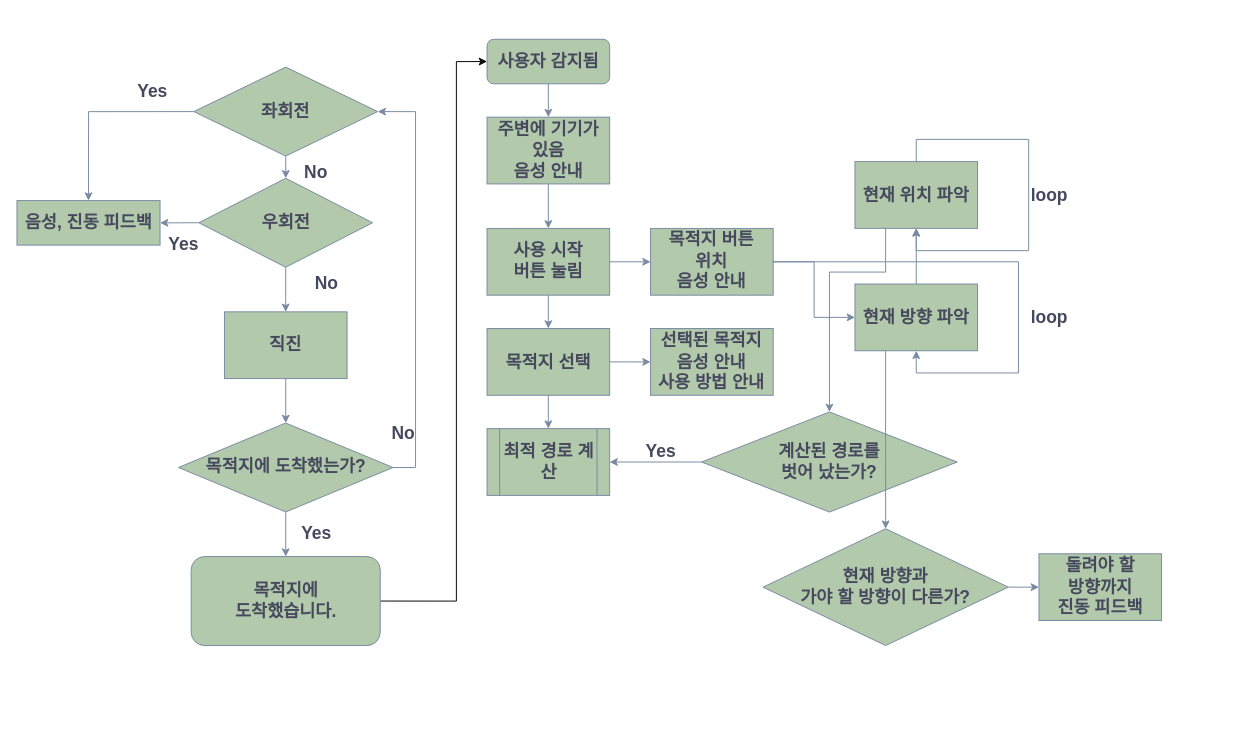
alalai012/Memo keeps this draw.io diagram as 보행기 전체 동작.drawio. Above is the earlier version. Source tidied: cells renumbered, new cells numbered last; positions are measured from the earlier drawing's top-left corner, leaving out a move shared by most shapes. Both pictures are drawn from the tidied source at 97%, with x=0, y=0 at pixel (16, 39).
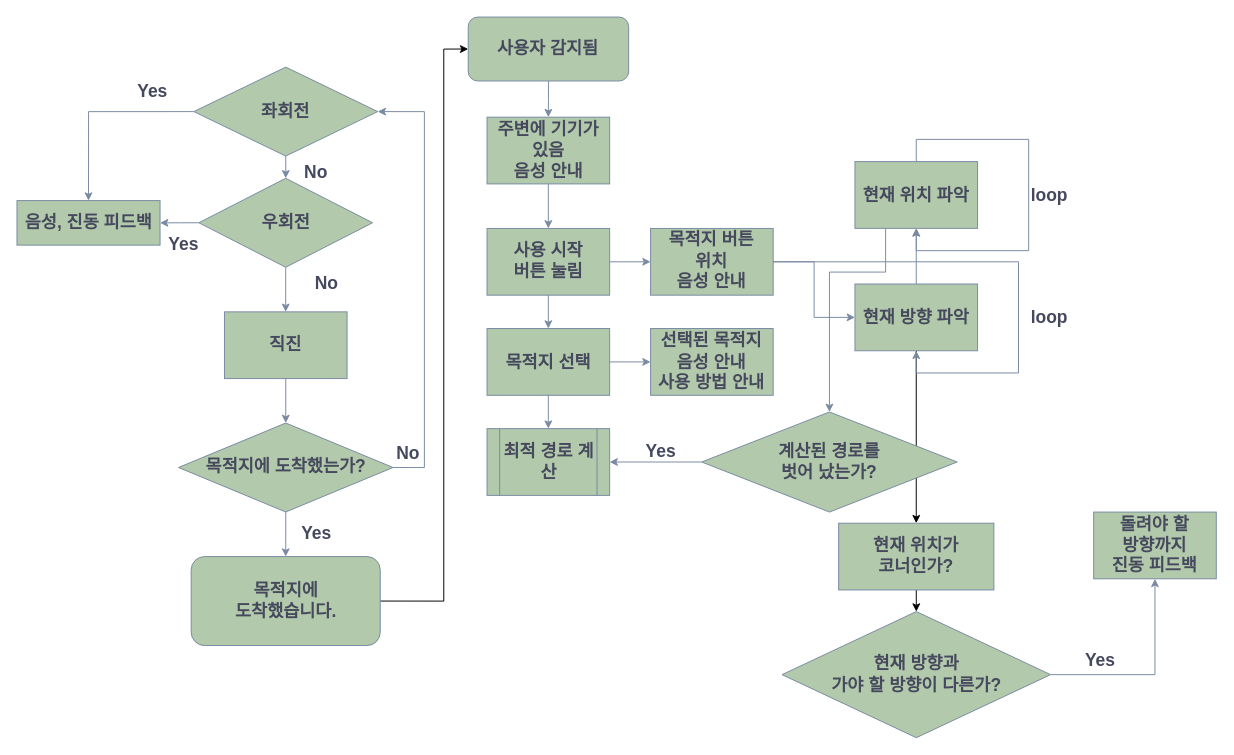
The same diagram, later.

Commit message (it also covers changes not shown here):
Update 보행기 전체 동작.drawio

Unchanged cells that the change refers to:
```xml
<mxCell id="17" value="현재 방향 파악" style="whiteSpace=wrap;html=1;rounded=0;fillColor=#B2C9AB;strokeColor=#788AA3;fontColor=#46495D;fontStyle=1;fontSize=18;verticalAlign=middle;horizontal=1;" parent="1" vertex="1">
  <mxGeometry x="863.9" y="252.3" width="126.4" height="68.8" as="geometry" />
</mxCell>
<mxCell id="30" value="좌회전" style="rhombus;whiteSpace=wrap;html=1;fillColor=#B2C9AB;strokeColor=#788AA3;fontColor=#46495D;fontStyle=1;fontSize=18;verticalAlign=middle;horizontal=1;" parent="1" vertex="1">
  <mxGeometry x="182.3" y="28.7" width="189.6" height="91.7" as="geometry" />
</mxCell>
<mxCell id="43" value="목적지에 도착했는가?" style="rhombus;whiteSpace=wrap;html=1;fillColor=#B2C9AB;strokeColor=#788AA3;fontColor=#46495D;fontStyle=1;fontSize=18;verticalAlign=middle;horizontal=1;" parent="1" vertex="1">
  <mxGeometry x="166.5" y="395.6" width="221.2" height="91.7" as="geometry" />
</mxCell>
<mxCell id="50" value="목적지에&lt;br style=&quot;font-size: 18px;&quot;&gt;도착했습니다." style="rounded=1;whiteSpace=wrap;html=1;fillColor=#B2C9AB;strokeColor=#788AA3;fontColor=#46495D;fontStyle=1;fontSize=18;verticalAlign=middle;horizontal=1;" parent="1" vertex="1">
  <mxGeometry x="179.6" y="533.3" width="194.9" height="91.7" as="geometry" />
</mxCell>
```

Change to the diagram source:
```diff
@@
     <mxCell id="2" value="사용자 감지됨" style="rounded=1;whiteSpace=wrap;html=1;fontSize=18;glass=0;strokeWidth=1;shadow=0;fillColor=#B2C9AB;strokeColor=#788AA3;fontColor=#46495D;fontStyle=1;verticalAlign=middle;horizontal=1;" parent="1" vertex="1">
-      <mxGeometry x="484.6" width="126.4" height="45.9" as="geometry" />
+      <mxGeometry x="465.2" y="-22.9" width="165.4" height="65.9" as="geometry" />
     </mxCell>
@@
+    <mxCell id="52" style="edgeStyle=orthogonalEdgeStyle;rounded=0;jettySize=auto;html=1;fontSize=18;" parent="1" edge="1" source="17" target="54">
+      <mxGeometry relative="1" as="geometry" />
+    </mxCell>
@@
-    <mxCell id="27" style="edgeStyle=orthogonalEdgeStyle;rounded=0;jettySize=auto;html=1;exitX=0.25;exitY=1;exitDx=0;exitDy=0;entryX=0.5;entryY=0;entryDx=0;entryDy=0;strokeColor=#788AA3;fontColor=#46495D;fontStyle=1;fontSize=18;verticalAlign=middle;horizontal=1;" parent="1" edge="1" source="17" target="28">
-      <mxGeometry relative="1" as="geometry" />
-    </mxCell>
     <mxCell id="28" value="현재 방향과&lt;br style=&quot;font-size: 18px;&quot;&gt;가야 할 방향이 다른가?" style="rhombus;whiteSpace=wrap;html=1;fillColor=#B2C9AB;strokeColor=#788AA3;fontColor=#46495D;fontStyle=1;fontSize=18;verticalAlign=middle;horizontal=1;" parent="1" vertex="1">
-      <mxGeometry x="769.1" y="504.6" width="252.9" height="120.4" as="geometry" />
+      <mxGeometry x="788.7" y="590" width="276.9" height="130" as="geometry" />
     </mxCell>
     <mxCell id="29" value="돌려야 할&lt;br&gt;방향까지&lt;br style=&quot;font-size: 18px;&quot;&gt;진동 피드백" style="whiteSpace=wrap;html=1;fillColor=#B2C9AB;strokeColor=#788AA3;fontColor=#46495D;fontStyle=1;fontSize=18;verticalAlign=middle;horizontal=1;" parent="1" vertex="1">
-      <mxGeometry x="1053.6" y="530.4" width="126.4" height="68.8" as="geometry" />
+      <mxGeometry x="1110" y="487.4" width="126.4" height="68.8" as="geometry" />
     </mxCell>
@@
     <mxCell id="42" style="edgeStyle=orthogonalEdgeStyle;rounded=0;jettySize=auto;html=1;exitX=1;exitY=0.5;exitDx=0;exitDy=0;entryX=1;entryY=0.5;entryDx=0;entryDy=0;strokeColor=#788AA3;fontColor=#46495D;fontStyle=1;fontSize=18;verticalAlign=middle;horizontal=1;" parent="1" edge="1" source="43" target="30">
       <mxGeometry relative="1" as="geometry">
         <Array as="points">
-          <mxPoint x="410.9" y="441.5" />
-          <mxPoint x="410.9" y="74.5" />
+          <mxPoint x="420" y="442" />
+          <mxPoint x="420" y="74" />
         </Array>
       </mxGeometry>
     </mxCell>
@@
     <mxCell id="45" value="No" style="text;html=1;strokeColor=none;fillColor=none;align=center;verticalAlign=middle;whiteSpace=wrap;rounded=0;fontColor=#46495D;fontStyle=1;fontSize=18;horizontal=1;" parent="1" vertex="1">
-      <mxGeometry x="366.6" y="389.9" width="63.2" height="34.4" as="geometry" />
+      <mxGeometry x="371.9" y="410" width="63.2" height="34.4" as="geometry" />
     </mxCell>
@@
-    <mxCell id="49" style="edgeStyle=orthogonalEdgeStyle;rounded=0;jettySize=auto;html=1;exitX=1;exitY=0.5;exitDx=0;exitDy=0;entryX=0;entryY=0.5;entryDx=0;entryDy=0;fontStyle=1;fontSize=18;verticalAlign=middle;horizontal=1;" parent="1" edge="1" source="50" target="2">
+    <mxCell id="49" style="edgeStyle=orthogonalEdgeStyle;rounded=0;jettySize=auto;html=1;exitX=1;exitY=0.5;exitDx=0;exitDy=0;entryX=0;entryY=0.5;entryDx=0;entryDy=0;fontSize=18;" parent="1" edge="1" source="50" target="2">
       <mxGeometry relative="1" as="geometry">
         <Array as="points">
-          <mxPoint x="453" y="579.1" />
-          <mxPoint x="453" y="22.9" />
+          <mxPoint x="440" y="579" />
+          <mxPoint x="440" y="10" />
         </Array>
       </mxGeometry>
     </mxCell>
@@
+    <mxCell id="53" style="edgeStyle=orthogonalEdgeStyle;rounded=0;jettySize=auto;html=1;exitX=0.5;exitY=1;exitDx=0;exitDy=0;entryX=0.5;entryY=0;entryDx=0;entryDy=0;fontSize=18;" parent="1" edge="1" source="54" target="28">
+      <mxGeometry relative="1" as="geometry" />
+    </mxCell>
+    <mxCell id="54" value="현재 위치가&lt;br&gt;코너인가?" style="whiteSpace=wrap;html=1;rounded=0;fillColor=#B2C9AB;strokeColor=#788AA3;fontColor=#46495D;fontStyle=1;fontSize=18;verticalAlign=middle;horizontal=1;" parent="1" vertex="1">
+      <mxGeometry x="847.1" y="498.9" width="160" height="68.8" as="geometry" />
+    </mxCell>
+    <mxCell id="55" value="Yes" style="text;html=1;strokeColor=none;fillColor=none;align=center;verticalAlign=middle;whiteSpace=wrap;rounded=0;fontColor=#46495D;fontStyle=1;fontSize=18;horizontal=1;" parent="1" vertex="1">
+      <mxGeometry x="1095.7" y="640" width="42.1" as="geometry" />
+    </mxCell>
```
